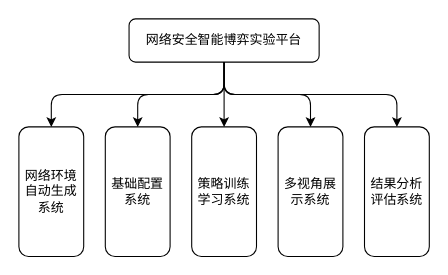
Above: test.drawio in undinuanao/- (draw.io), before the change. Source tidied: cells renumbered, new cells numbered last; positions are measured from the earlier drawing's top-left corner, leaving out a move shared by most shapes. Both pictures are drawn from the tidied source at 108%, with x=0, y=0 at pixel (18, 18).
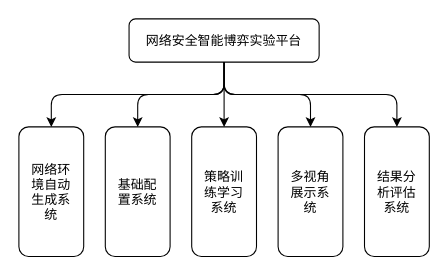
The same page after the edit.

Diff of the diagram source:
```diff
@@
 <mxGraphModel>
   <root>
     <mxCell id="0" />
     <mxCell id="1" parent="0" />
-    <mxCell id="2" value="网络安全智能博弈实验平台" style="rounded=1;whiteSpace=wrap;html=1;" parent="1" vertex="1">
+    <mxCell id="2" value="网络安全智能博弈实验平台" style="rounded=1;" parent="1" vertex="1">
       <mxGeometry x="102" width="176" height="40" as="geometry" />
     </mxCell>
-    <mxCell id="3" value="网络环境自动生成系统" style="rounded=1;whiteSpace=wrap;html=1;" parent="1" vertex="1">
+    <mxCell id="3" value="网络环&#10;境自动&#10;生成系&#10;统" style="rounded=1;" parent="1" vertex="1">
       <mxGeometry y="100" width="60" height="120" as="geometry" />
     </mxCell>
-    <mxCell id="4" value="基础配置系统" style="rounded=1;whiteSpace=wrap;html=1;" parent="1" vertex="1">
+    <mxCell id="4" value="基础配&#10;置系统" style="rounded=1;" parent="1" vertex="1">
       <mxGeometry x="80" y="100" width="60" height="120" as="geometry" />
     </mxCell>
-    <mxCell id="5" value="策略训练学习系统" style="rounded=1;whiteSpace=wrap;html=1;" parent="1" vertex="1">
+    <mxCell id="5" value="策略训&#10;练学习&#10;系统" style="rounded=1;" parent="1" vertex="1">
       <mxGeometry x="160" y="100" width="60" height="120" as="geometry" />
     </mxCell>
-    <mxCell id="6" value="多视角展示系统" style="rounded=1;whiteSpace=wrap;html=1;" parent="1" vertex="1">
+    <mxCell id="6" value="多视角&#10;展示系&#10;统" style="rounded=1;" parent="1" vertex="1">
       <mxGeometry x="240" y="100" width="60" height="120" as="geometry" />
     </mxCell>
-    <mxCell id="7" value="结果分析评估系统" style="rounded=1;whiteSpace=wrap;html=1;" parent="1" vertex="1">
+    <mxCell id="7" value="结果分&#10;析评估&#10;系统" style="rounded=1;" parent="1" vertex="1">
       <mxGeometry x="320" y="100" width="60" height="120" as="geometry" />
     </mxCell>
-    <mxCell id="8" style="endArrow=classic;html=1;exitX=0.5;exitY=1;exitDx=0;exitDy=0;entryX=0.5;entryY=0;entryDx=0;entryDy=0;" parent="1" edge="1" source="2" target="3">
+    <mxCell id="8" style="endArrow=classic;exitX=0.5;exitY=1;exitDx=0;exitDy=0;entryX=0.5;entryY=0;entryDx=0;entryDy=0;" parent="1" edge="1" source="2" target="3">
       <mxGeometry relative="1" as="geometry">
         <Array as="points">
           <mxPoint x="190" y="70" />
           <mxPoint x="30" y="70" />
         </Array>
       </mxGeometry>
     </mxCell>
-    <mxCell id="9" style="endArrow=classic;html=1;entryX=0.5;entryY=0;entryDx=0;entryDy=0;exitX=0.5;exitY=1;exitDx=0;exitDy=0;" parent="1" edge="1" source="2" target="4">
+    <mxCell id="9" style="endArrow=classic;entryX=0.5;entryY=0;entryDx=0;entryDy=0;exitX=0.5;exitY=1;exitDx=0;exitDy=0;" parent="1" edge="1" source="2" target="4">
       <mxGeometry relative="1" as="geometry">
         <Array as="points">
           <mxPoint x="190" y="70" />
           <mxPoint x="110" y="70" />
         </Array>
       </mxGeometry>
     </mxCell>
-    <mxCell id="10" style="endArrow=classic;html=1;exitX=0.5;exitY=1;exitDx=0;exitDy=0;entryX=0.5;entryY=0;entryDx=0;entryDy=0;" parent="1" edge="1" source="2" target="5">
+    <mxCell id="10" style="endArrow=classic;exitX=0.5;exitY=1;exitDx=0;exitDy=0;entryX=0.5;entryY=0;entryDx=0;entryDy=0;" parent="1" edge="1" source="2" target="5">
       <mxGeometry relative="1" as="geometry" />
     </mxCell>
-    <mxCell id="11" style="endArrow=classic;html=1;entryX=0.5;entryY=0;entryDx=0;entryDy=0;" parent="1" edge="1" target="7">
+    <mxCell id="11" style="endArrow=classic;entryX=0.5;entryY=0;entryDx=0;entryDy=0;" parent="1" edge="1" target="7">
       <mxGeometry relative="1" as="geometry">
         <mxPoint x="190" y="40" as="sourcePoint" />
         <Array as="points">
           <mxPoint x="190" y="70" />
           <mxPoint x="350" y="70" />
         </Array>
       </mxGeometry>
     </mxCell>
-    <mxCell id="12" style="endArrow=classic;html=1;exitX=0.5;exitY=1;exitDx=0;exitDy=0;entryX=0.5;entryY=0;entryDx=0;entryDy=0;" parent="1" edge="1" source="2" target="6">
+    <mxCell id="12" style="endArrow=classic;exitX=0.5;exitY=1;exitDx=0;exitDy=0;entryX=0.5;entryY=0;entryDx=0;entryDy=0;" parent="1" edge="1" source="2" target="6">
       <mxGeometry relative="1" as="geometry">
         <Array as="points">
           <mxPoint x="190" y="70" />
           <mxPoint x="270" y="70" />
         </Array>
       </mxGeometry>
     </mxCell>
   </root>
 </mxGraphModel>
```
